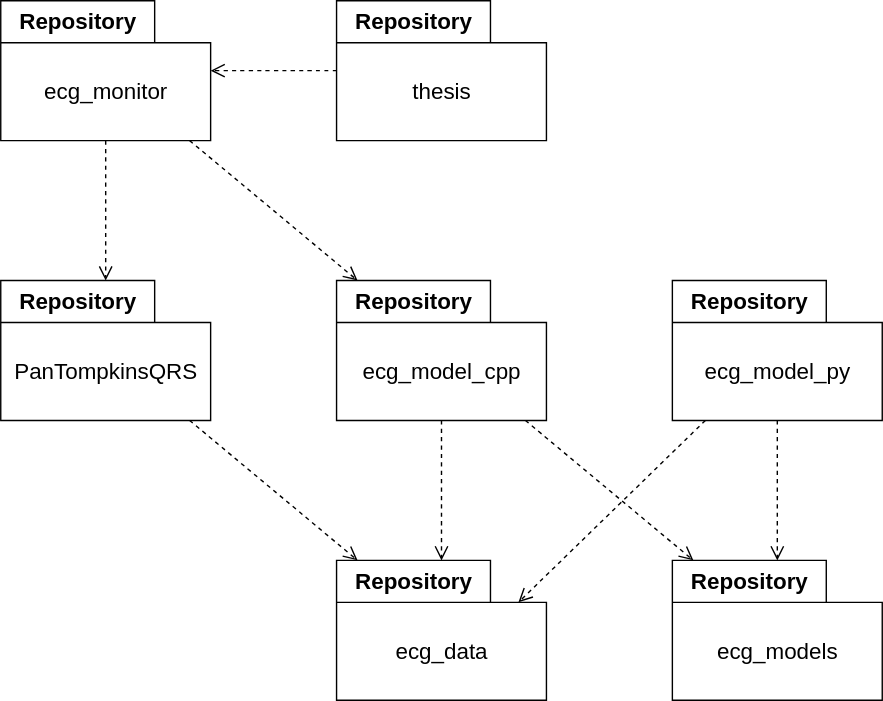
Above: assets/repositories.drawio.svg in CCXXXI/thesis (draw.io), before the change. Source tidied: cells renumbered, new cells last; positions are measured from the earlier drawing's top-left corner, leaving out a move shared by most shapes. The source it was exported from:
```xml
<mxGraphModel>
  <root>
    <mxCell id="0" />
    <mxCell id="1" parent="0" />
    <mxCell id="2" value="Repository" style="shape=folder;fontStyle=1;tabWidth=110;tabHeight=30;tabPosition=left;html=1;boundedLbl=1;labelInHeader=1;fontSize=16;" parent="1" vertex="1">
      <mxGeometry x="240" width="150" height="100" as="geometry" />
    </mxCell>
    <mxCell id="3" value="&lt;a href=&quot;https://github.com/CCXXXI/thesis&quot;&gt;thesis&lt;/a&gt;" style="html=1;strokeColor=none;fillColor=none;fontSize=16;" parent="2" vertex="1">
      <mxGeometry width="150" height="70" relative="1" as="geometry">
        <mxPoint y="30" as="offset" />
      </mxGeometry>
    </mxCell>
    <mxCell id="4" value="Repository" style="shape=folder;fontStyle=1;tabWidth=110;tabHeight=30;tabPosition=left;html=1;boundedLbl=1;labelInHeader=1;fontSize=16;" parent="1" vertex="1">
      <mxGeometry x="240" y="200" width="150" height="100" as="geometry" />
    </mxCell>
    <mxCell id="5" value="&lt;a href=&quot;https://github.com/CCXXXI/ecg_model_cpp&quot;&gt;ecg_model_cpp&lt;/a&gt;" style="html=1;strokeColor=none;fillColor=none;fontSize=16;" parent="4" vertex="1">
      <mxGeometry width="150" height="70" relative="1" as="geometry">
        <mxPoint y="30" as="offset" />
      </mxGeometry>
    </mxCell>
    <mxCell id="6" value="Repository" style="shape=folder;fontStyle=1;tabWidth=110;tabHeight=30;tabPosition=left;html=1;boundedLbl=1;labelInHeader=1;fontSize=16;" parent="1" vertex="1">
      <mxGeometry x="480" y="200" width="150" height="100" as="geometry" />
    </mxCell>
    <mxCell id="7" value="&lt;a href=&quot;https://github.com/CCXXXI/ecg_model_py&quot;&gt;ecg_model_py&lt;/a&gt;" style="html=1;strokeColor=none;fillColor=none;fontSize=16;" parent="6" vertex="1">
      <mxGeometry width="150" height="70" relative="1" as="geometry">
        <mxPoint y="30" as="offset" />
      </mxGeometry>
    </mxCell>
    <mxCell id="8" value="Repository" style="shape=folder;fontStyle=1;tabWidth=110;tabHeight=30;tabPosition=left;html=1;boundedLbl=1;labelInHeader=1;fontSize=16;" parent="1" vertex="1">
      <mxGeometry x="480" y="400" width="150" height="100" as="geometry" />
    </mxCell>
    <mxCell id="9" value="&lt;a href=&quot;https://github.com/CCXXXI/ecg_models&quot;&gt;ecg_models&lt;/a&gt;" style="html=1;strokeColor=none;fillColor=none;fontSize=16;" parent="8" vertex="1">
      <mxGeometry width="150" height="70" relative="1" as="geometry">
        <mxPoint y="30" as="offset" />
      </mxGeometry>
    </mxCell>
    <mxCell id="10" value="Repository" style="shape=folder;fontStyle=1;tabWidth=110;tabHeight=30;tabPosition=left;html=1;boundedLbl=1;labelInHeader=1;fontSize=16;" parent="1" vertex="1">
      <mxGeometry width="150" height="100" as="geometry" />
    </mxCell>
    <mxCell id="11" value="&lt;a href=&quot;https://github.com/CCXXXI/ecg_monitor&quot;&gt;ecg_monitor&lt;/a&gt;" style="html=1;strokeColor=none;fillColor=none;fontSize=16;" parent="10" vertex="1">
      <mxGeometry width="150" height="70" relative="1" as="geometry">
        <mxPoint y="30" as="offset" />
      </mxGeometry>
    </mxCell>
    <mxCell id="12" value="Repository" style="shape=folder;fontStyle=1;tabWidth=110;tabHeight=30;tabPosition=left;html=1;boundedLbl=1;labelInHeader=1;fontSize=16;" parent="1" vertex="1">
      <mxGeometry x="240" y="400" width="150" height="100" as="geometry" />
    </mxCell>
    <mxCell id="13" value="&lt;a href=&quot;https://github.com/CCXXXI/ecg_data&quot;&gt;ecg_data&lt;/a&gt;" style="html=1;strokeColor=none;fillColor=none;fontSize=16;" parent="12" vertex="1">
      <mxGeometry width="150" height="70" relative="1" as="geometry">
        <mxPoint y="30" as="offset" />
      </mxGeometry>
    </mxCell>
    <mxCell id="14" value="Repository" style="shape=folder;fontStyle=1;tabWidth=110;tabHeight=30;tabPosition=left;html=1;boundedLbl=1;labelInHeader=1;fontSize=16;" parent="1" vertex="1">
      <mxGeometry y="200" width="150" height="100" as="geometry" />
    </mxCell>
    <mxCell id="15" value="&lt;a href=&quot;https://github.com/CCXXXI/PanTompkinsQRS&quot;&gt;PanTompkinsQRS&lt;/a&gt;" style="html=1;strokeColor=none;fillColor=none;fontSize=16;" parent="14" vertex="1">
      <mxGeometry width="150" height="70" relative="1" as="geometry">
        <mxPoint y="30" as="offset" />
      </mxGeometry>
    </mxCell>
    <mxCell id="16" style="endArrow=open;startArrow=none;endFill=0;startFill=0;endSize=8;html=1;verticalAlign=bottom;dashed=1;labelBackgroundColor=none;rounded=0;fontSize=12;curved=1;" parent="1" edge="1" source="14" target="12">
      <mxGeometry relative="1" as="geometry" />
    </mxCell>
    <mxCell id="17" style="endArrow=open;startArrow=none;endFill=0;startFill=0;endSize=8;html=1;verticalAlign=bottom;dashed=1;labelBackgroundColor=none;rounded=0;fontSize=12;curved=1;" parent="1" edge="1" source="4" target="12">
      <mxGeometry relative="1" as="geometry" />
    </mxCell>
    <mxCell id="18" style="endArrow=open;startArrow=none;endFill=0;startFill=0;endSize=8;html=1;verticalAlign=bottom;dashed=1;labelBackgroundColor=none;rounded=0;fontSize=12;curved=1;entryX=0;entryY=0;entryDx=130;entryDy=30;entryPerimeter=0;" parent="1" edge="1" source="6" target="12">
      <mxGeometry relative="1" as="geometry" />
    </mxCell>
    <mxCell id="19" style="endArrow=open;startArrow=none;endFill=0;startFill=0;endSize=8;html=1;verticalAlign=bottom;dashed=1;labelBackgroundColor=none;rounded=0;fontSize=12;curved=1;" parent="1" edge="1" source="6" target="8">
      <mxGeometry relative="1" as="geometry" />
    </mxCell>
    <mxCell id="20" style="endArrow=open;startArrow=none;endFill=0;startFill=0;endSize=8;html=1;verticalAlign=bottom;dashed=1;labelBackgroundColor=none;rounded=0;fontSize=12;curved=1;" parent="1" edge="1" source="4" target="8">
      <mxGeometry relative="1" as="geometry" />
    </mxCell>
    <mxCell id="21" style="endArrow=open;startArrow=none;endFill=0;startFill=0;endSize=8;html=1;verticalAlign=bottom;dashed=1;labelBackgroundColor=none;rounded=0;fontSize=12;curved=1;" parent="1" edge="1" source="10" target="14">
      <mxGeometry relative="1" as="geometry" />
    </mxCell>
    <mxCell id="22" style="endArrow=open;startArrow=none;endFill=0;startFill=0;endSize=8;html=1;verticalAlign=bottom;dashed=1;labelBackgroundColor=none;rounded=0;fontSize=12;curved=1;" parent="1" edge="1" source="10" target="4">
      <mxGeometry relative="1" as="geometry" />
    </mxCell>
    <mxCell id="23" style="endArrow=open;startArrow=none;endFill=0;startFill=0;endSize=8;html=1;verticalAlign=bottom;dashed=1;labelBackgroundColor=none;rounded=0;fontSize=12;curved=1;" parent="1" edge="1" source="2" target="10">
      <mxGeometry relative="1" as="geometry" />
    </mxCell>
  </root>
</mxGraphModel>
```
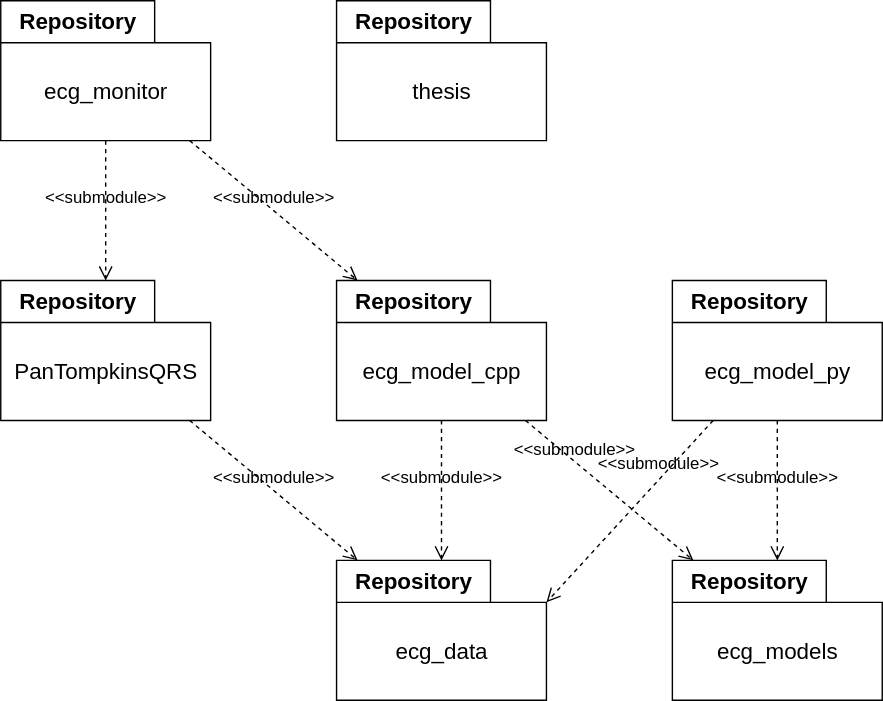
Above is the later version.

Commit message:
chore(assets): correct repositories diagram

- add `<<submodule>>`
- remove the link between thesis and ecg_monitor

Change to the diagram source:
```diff
@@ -58,29 +58,26 @@
         <mxPoint y="30" as="offset" />
       </mxGeometry>
     </mxCell>
-    <mxCell id="16" style="endArrow=open;startArrow=none;endFill=0;startFill=0;endSize=8;html=1;verticalAlign=bottom;dashed=1;labelBackgroundColor=none;rounded=0;fontSize=12;curved=1;" parent="1" edge="1" source="14" target="12">
+    <mxCell id="16" value="&amp;lt;&amp;lt;submodule&amp;gt;&amp;gt;" style="endArrow=open;startArrow=none;endFill=0;startFill=0;endSize=8;html=1;verticalAlign=bottom;dashed=1;labelBackgroundColor=none;rounded=0;fontSize=12;curved=1;" parent="1" edge="1" source="14" target="12">
       <mxGeometry relative="1" as="geometry" />
     </mxCell>
-    <mxCell id="17" style="endArrow=open;startArrow=none;endFill=0;startFill=0;endSize=8;html=1;verticalAlign=bottom;dashed=1;labelBackgroundColor=none;rounded=0;fontSize=12;curved=1;" parent="1" edge="1" source="4" target="12">
+    <mxCell id="17" value="&amp;lt;&amp;lt;submodule&amp;gt;&amp;gt;" style="endArrow=open;startArrow=none;endFill=0;startFill=0;endSize=8;html=1;verticalAlign=bottom;dashed=1;labelBackgroundColor=none;rounded=0;fontSize=12;curved=1;" parent="1" edge="1" source="4" target="12">
       <mxGeometry relative="1" as="geometry" />
     </mxCell>
-    <mxCell id="18" style="endArrow=open;startArrow=none;endFill=0;startFill=0;endSize=8;html=1;verticalAlign=bottom;dashed=1;labelBackgroundColor=none;rounded=0;fontSize=12;curved=1;entryX=0;entryY=0;entryDx=130;entryDy=30;entryPerimeter=0;" parent="1" edge="1" source="6" target="12">
-      <mxGeometry relative="1" as="geometry" />
+    <mxCell id="18" value="&amp;lt;&amp;lt;submodule&amp;gt;&amp;gt;" style="endArrow=open;startArrow=none;endFill=0;startFill=0;endSize=8;html=1;verticalAlign=bottom;dashed=1;labelBackgroundColor=none;rounded=0;fontSize=12;curved=1;entryX=0;entryY=0;entryDx=150;entryDy=30;entryPerimeter=0;" parent="1" edge="1" source="6" target="12">
+      <mxGeometry x="-0.37" y="-2" relative="1" as="geometry" />
     </mxCell>
-    <mxCell id="19" style="endArrow=open;startArrow=none;endFill=0;startFill=0;endSize=8;html=1;verticalAlign=bottom;dashed=1;labelBackgroundColor=none;rounded=0;fontSize=12;curved=1;" parent="1" edge="1" source="6" target="8">
+    <mxCell id="19" value="&amp;lt;&amp;lt;submodule&amp;gt;&amp;gt;" style="endArrow=open;startArrow=none;endFill=0;startFill=0;endSize=8;html=1;verticalAlign=bottom;dashed=1;labelBackgroundColor=none;rounded=0;fontSize=12;curved=1;" parent="1" edge="1" source="6" target="8">
       <mxGeometry relative="1" as="geometry" />
     </mxCell>
-    <mxCell id="20" style="endArrow=open;startArrow=none;endFill=0;startFill=0;endSize=8;html=1;verticalAlign=bottom;dashed=1;labelBackgroundColor=none;rounded=0;fontSize=12;curved=1;" parent="1" edge="1" source="4" target="8">
-      <mxGeometry relative="1" as="geometry" />
+    <mxCell id="20" value="&amp;lt;&amp;lt;submodule&amp;gt;&amp;gt;" style="endArrow=open;startArrow=none;endFill=0;startFill=0;endSize=8;html=1;verticalAlign=bottom;dashed=1;labelBackgroundColor=none;rounded=0;fontSize=12;curved=1;" parent="1" edge="1" source="4" target="8">
+      <mxGeometry x="-0.41" y="-1" relative="1" as="geometry" />
     </mxCell>
-    <mxCell id="21" style="endArrow=open;startArrow=none;endFill=0;startFill=0;endSize=8;html=1;verticalAlign=bottom;dashed=1;labelBackgroundColor=none;rounded=0;fontSize=12;curved=1;" parent="1" edge="1" source="10" target="14">
+    <mxCell id="21" value="&amp;lt;&amp;lt;submodule&amp;gt;&amp;gt;" style="endArrow=open;startArrow=none;endFill=0;startFill=0;endSize=8;html=1;verticalAlign=bottom;dashed=1;labelBackgroundColor=none;rounded=0;fontSize=12;curved=1;" parent="1" edge="1" source="10" target="14">
       <mxGeometry relative="1" as="geometry" />
     </mxCell>
-    <mxCell id="22" style="endArrow=open;startArrow=none;endFill=0;startFill=0;endSize=8;html=1;verticalAlign=bottom;dashed=1;labelBackgroundColor=none;rounded=0;fontSize=12;curved=1;" parent="1" edge="1" source="10" target="4">
+    <mxCell id="22" value="&amp;lt;&amp;lt;submodule&amp;gt;&amp;gt;" style="endArrow=open;startArrow=none;endFill=0;startFill=0;endSize=8;html=1;verticalAlign=bottom;dashed=1;labelBackgroundColor=none;rounded=0;fontSize=12;curved=1;" parent="1" edge="1" source="10" target="4">
       <mxGeometry relative="1" as="geometry" />
     </mxCell>
-    <mxCell id="23" style="endArrow=open;startArrow=none;endFill=0;startFill=0;endSize=8;html=1;verticalAlign=bottom;dashed=1;labelBackgroundColor=none;rounded=0;fontSize=12;curved=1;" parent="1" edge="1" source="2" target="10">
-      <mxGeometry relative="1" as="geometry" />
-    </mxCell>
   </root>
 </mxGraphModel>
```
